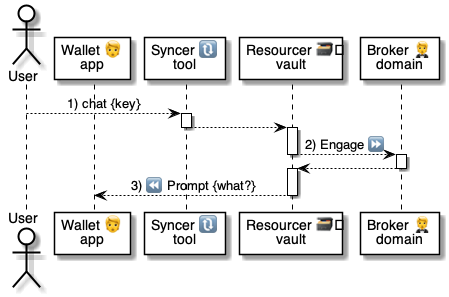
Above: 5 ⏩ Flows/77 🔃⏩ Syncer/.📎 Assets/chat.png in pollyweb-org/pollyweb-docs (PlantUML), before the change. Its source is kept beside it as 5 ⏩ Flows/77 🔃⏩ Syncer/.📎 Assets/chat.puml.
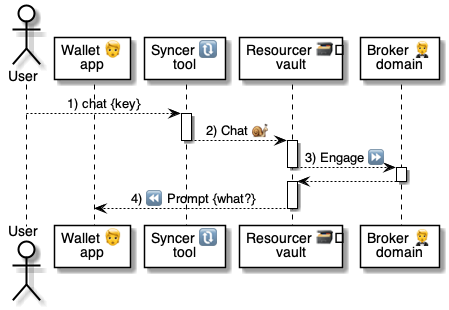
Above is the later version.

What changed in the source:
```diff
@@ -10,11 +10,11 @@
     user --> syncer: 1) chat {key}
 
     activate syncer
-        syncer --> resourcer:
+        syncer --> resourcer: 2) Chat 🐌
     deactivate syncer
 
     activate resourcer
-        resourcer --> broker: 2) Engage ⏩
+        resourcer --> broker: 3) Engage ⏩
     deactivate resourcer
 
     activate broker
@@ -22,7 +22,7 @@
     deactivate broker
 
     activate resourcer
-        resourcer --> wallet: 3) ⏪ Prompt {what?}
+        resourcer --> wallet: 4) ⏪ Prompt {what?}
     deactivate resourcer
 
 @enduml
```
